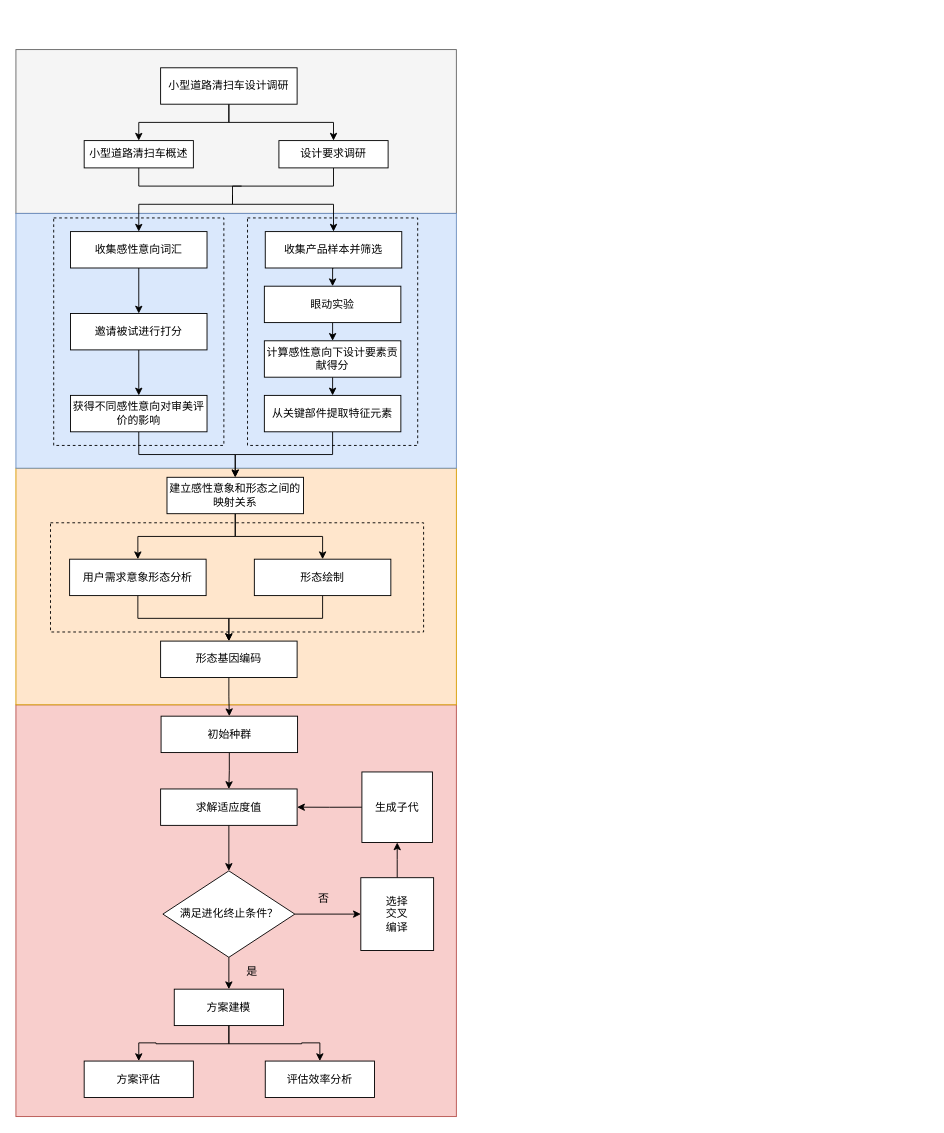
Before: 毕业设计.drawio in df3dysn/Yang-, a draw.io diagram. Source tidied: cells renumbered, new cells numbered last; positions are measured from the earlier drawing's top-left corner, leaving out a move shared by most shapes. Both pictures are drawn from the tidied source at 91%, with x=0, y=0 at pixel (15, 49).
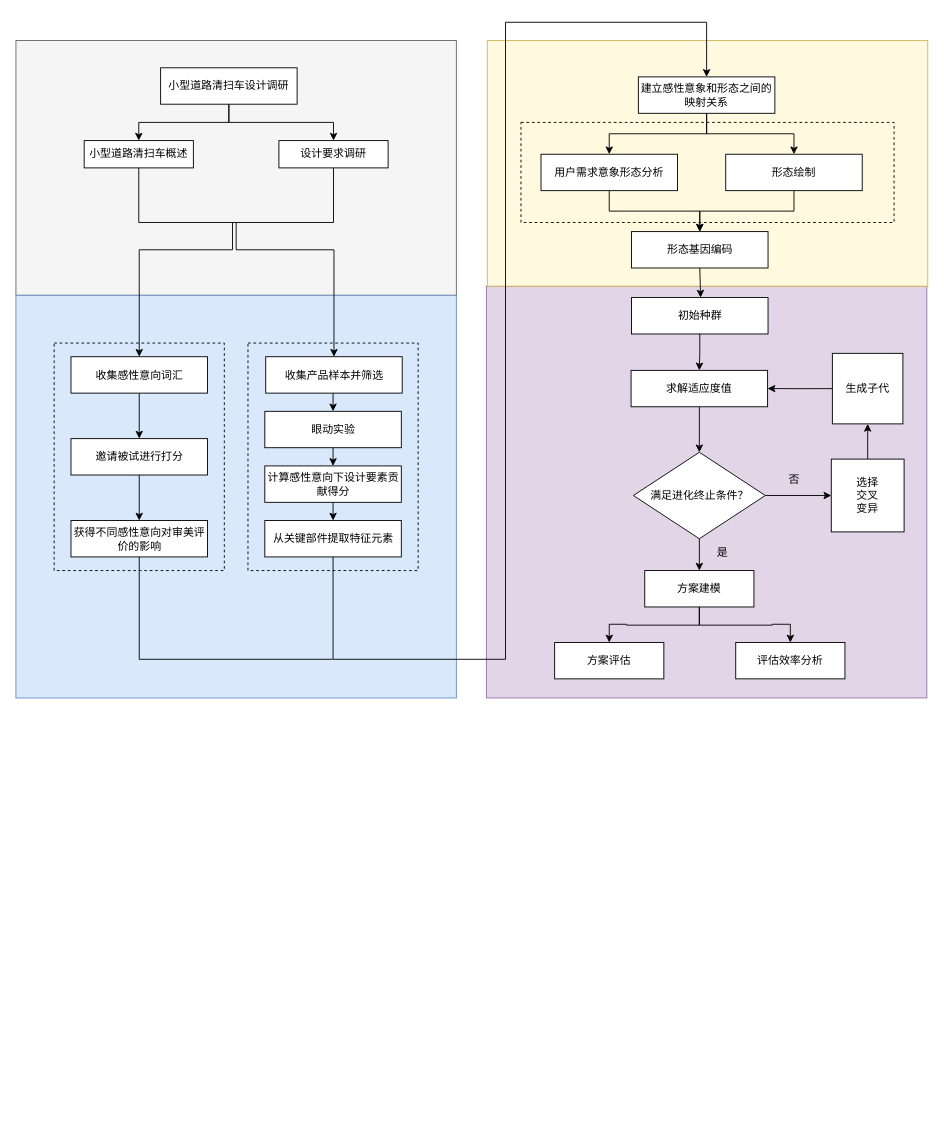
After the change.

Unchanged cells that the change refers to:
```xml
<mxCell id="43" value="小型道路清扫车概述" style="rounded=0;whiteSpace=wrap;html=1;" parent="1" vertex="1">
  <mxGeometry x="75" y="100" width="120" height="30" as="geometry" />
</mxCell>
<mxCell id="45" value="设计要求调研" style="rounded=0;whiteSpace=wrap;html=1;" parent="1" vertex="1">
  <mxGeometry x="289" y="100" width="120" height="30" as="geometry" />
</mxCell>
```

Change to the diagram source:
```diff
@@
     <mxCell id="2" style="rounded=0;whiteSpace=wrap;html=1;fillColor=#f5f5f5;strokeColor=#666666;fontColor=#333333;" parent="1" vertex="1">
-      <mxGeometry width="484" height="180" as="geometry" />
+      <mxGeometry y="-10" width="484" height="280" as="geometry" />
     </mxCell>
-    <mxCell id="3" style="rounded=0;whiteSpace=wrap;html=1;fillColor=#f8cecc;strokeColor=#b85450;" parent="1" vertex="1">
-      <mxGeometry y="720" width="484" height="452.5" as="geometry" />
+    <mxCell id="3" style="rounded=0;whiteSpace=wrap;html=1;fillColor=#e1d5e7;strokeColor=#9673a6;" parent="1" vertex="1">
+      <mxGeometry x="517" y="260" width="484" height="452.5" as="geometry" />
     </mxCell>
-    <mxCell id="4" style="rounded=0;whiteSpace=wrap;html=1;fillColor=#ffe6cc;strokeColor=#d79b00;" parent="1" vertex="1">
-      <mxGeometry y="460" width="484" height="260" as="geometry" />
+    <mxCell id="4" style="rounded=0;whiteSpace=wrap;html=1;fillColor=#FFF9E0;strokeColor=#d6b656;" parent="1" vertex="1">
+      <mxGeometry x="518" y="-10" width="484" height="270" as="geometry" />
     </mxCell>
     <mxCell id="5" style="rounded=0;whiteSpace=wrap;html=1;fillColor=#dae8fc;strokeColor=#6c8ebf;" parent="1" vertex="1">
-      <mxGeometry y="180" width="484" height="280" as="geometry" />
+      <mxGeometry y="270" width="484" height="442.5" as="geometry" />
     </mxCell>
@@
     <mxCell id="7" style="edgeStyle=orthogonalEdgeStyle;rounded=0;jettySize=auto;html=1;exitX=0.5;exitY=0;exitDx=0;exitDy=0;endArrow=none;endFill=0;startArrow=classic;startFill=1;" parent="1" edge="1" source="8">
       <mxGeometry relative="1" as="geometry">
-        <mxPoint x="238" y="160" as="targetPoint" />
+        <mxPoint x="238" y="190" as="targetPoint" />
         <Array as="points">
-          <mxPoint x="135" y="170" />
-          <mxPoint x="238" y="170" />
+          <mxPoint x="135" y="220" />
+          <mxPoint x="238" y="220" />
         </Array>
       </mxGeometry>
     </mxCell>
     <mxCell id="8" value="收集感性意向词汇" style="rounded=0;whiteSpace=wrap;html=1;" parent="1" vertex="1">
-      <mxGeometry x="60" y="200" width="150" height="40" as="geometry" />
+      <mxGeometry x="60.5" y="337.5" width="150" height="40" as="geometry" />
     </mxCell>
     <mxCell id="9" style="edgeStyle=orthogonalEdgeStyle;rounded=0;jettySize=auto;html=1;exitX=0.5;exitY=0;exitDx=0;exitDy=0;endArrow=none;endFill=0;startArrow=classic;startFill=1;" parent="1" edge="1" source="11">
       <mxGeometry relative="1" as="geometry">
-        <mxPoint x="248" y="150" as="targetPoint" />
+        <mxPoint x="242" y="190" as="targetPoint" />
         <Array as="points">
-          <mxPoint x="349" y="170" />
-          <mxPoint x="238" y="170" />
-          <mxPoint x="238" y="150" />
+          <mxPoint x="349" y="220" />
+          <mxPoint x="242" y="220" />
         </Array>
       </mxGeometry>
     </mxCell>
@@
     <mxCell id="11" value="收集产品样本并筛选" style="rounded=0;whiteSpace=wrap;html=1;" parent="1" vertex="1">
-      <mxGeometry x="274" y="200" width="150" height="40" as="geometry" />
+      <mxGeometry x="274.5" y="337.5" width="150" height="40" as="geometry" />
     </mxCell>
@@
     <mxCell id="13" value="邀请被试进行打分" style="rounded=0;whiteSpace=wrap;html=1;" parent="1" vertex="1">
-      <mxGeometry x="60" y="290" width="150" height="40" as="geometry" />
+      <mxGeometry x="60.5" y="427.5" width="150" height="40" as="geometry" />
     </mxCell>
-    <mxCell id="14" style="edgeStyle=orthogonalEdgeStyle;rounded=0;jettySize=auto;html=1;entryX=0.5;entryY=0;entryDx=0;entryDy=0;" parent="1" edge="1" source="15" target="48">
-      <mxGeometry relative="1" as="geometry" />
-    </mxCell>
+    <mxCell id="58" style="edgeStyle=orthogonalEdgeStyle;rounded=0;jettySize=auto;html=1;endArrow=none;endFill=0;" parent="1" edge="1" source="15">
+      <mxGeometry relative="1" as="geometry">
+        <mxPoint x="348" y="670" as="targetPoint" />
+        <Array as="points">
+          <mxPoint x="136" y="670" />
+        </Array>
+      </mxGeometry>
+    </mxCell>
     <mxCell id="15" value="获得不同感性意向对审美评价的影响" style="rounded=0;whiteSpace=wrap;html=1;" parent="1" vertex="1">
-      <mxGeometry x="60" y="380" width="150" height="40" as="geometry" />
+      <mxGeometry x="60.5" y="517.5" width="150" height="40" as="geometry" />
     </mxCell>
@@
     <mxCell id="17" value="眼动实验" style="rounded=0;whiteSpace=wrap;html=1;" parent="1" vertex="1">
-      <mxGeometry x="273" y="260" width="150" height="40" as="geometry" />
+      <mxGeometry x="273.5" y="397.5" width="150" height="40" as="geometry" />
     </mxCell>
@@
     <mxCell id="19" value="初始种群" style="rounded=0;whiteSpace=wrap;html=1;" parent="1" vertex="1">
-      <mxGeometry x="159.5" y="732.5" width="150" height="40" as="geometry" />
+      <mxGeometry x="676.5" y="272.5" width="150" height="40" as="geometry" />
     </mxCell>
@@
     <mxCell id="21" value="计算感性意向下设计要素贡献得分" style="rounded=0;whiteSpace=wrap;html=1;" parent="1" vertex="1">
-      <mxGeometry x="273" y="320" width="150" height="40" as="geometry" />
+      <mxGeometry x="273.5" y="457.5" width="150" height="40" as="geometry" />
     </mxCell>
@@
     <mxCell id="23" value="求解适应度值" style="rounded=0;whiteSpace=wrap;html=1;" parent="1" vertex="1">
-      <mxGeometry x="159" y="812.5" width="150" height="40" as="geometry" />
+      <mxGeometry x="676" y="352.5" width="150" height="40" as="geometry" />
     </mxCell>
     <mxCell id="24" style="edgeStyle=orthogonalEdgeStyle;rounded=0;jettySize=auto;html=1;exitX=0.5;exitY=1;exitDx=0;exitDy=0;entryX=0.5;entryY=0;entryDx=0;entryDy=0;" parent="1" edge="1" source="25" target="48">
-      <mxGeometry relative="1" as="geometry" />
+      <mxGeometry relative="1" as="geometry">
+        <Array as="points">
+          <mxPoint x="349" y="670" />
+          <mxPoint x="538" y="670" />
+          <mxPoint x="538" y="-30" />
+          <mxPoint x="759" y="-30" />
+        </Array>
+      </mxGeometry>
     </mxCell>
     <mxCell id="25" value="从关键部件提取特征元素" style="rounded=0;whiteSpace=wrap;html=1;" parent="1" vertex="1">
-      <mxGeometry x="273" y="380" width="150" height="40" as="geometry" />
+      <mxGeometry x="273.5" y="517.5" width="150" height="40" as="geometry" />
     </mxCell>
     <mxCell id="26" style="edgeStyle=orthogonalEdgeStyle;rounded=0;jettySize=auto;html=1;exitX=0.5;exitY=1;exitDx=0;exitDy=0;" parent="1" edge="1" source="28">
       <mxGeometry relative="1" as="geometry">
-        <mxPoint x="234" y="1032.5" as="targetPoint" />
+        <mxPoint x="751" y="572.5" as="targetPoint" />
       </mxGeometry>
     </mxCell>
@@
     <mxCell id="28" value="满足进化终止条件？" style="rhombus;whiteSpace=wrap;html=1;rounded=0;spacingTop=0;spacingBottom=0;spacingRight=10;spacingLeft=10;" parent="1" vertex="1">
-      <mxGeometry x="161.5" y="902.5" width="145" height="95" as="geometry" />
+      <mxGeometry x="678.5" y="442.5" width="145" height="95" as="geometry" />
     </mxCell>
@@
     <mxCell id="31" value="&lt;div&gt;方案建模&lt;/div&gt;" style="whiteSpace=wrap;html=1;rounded=0;spacingTop=0;spacingLeft=10;spacingBottom=0;spacingRight=10;" parent="1" vertex="1">
-      <mxGeometry x="174" y="1032.5" width="120" height="40" as="geometry" />
+      <mxGeometry x="691" y="572.5" width="120" height="40" as="geometry" />
     </mxCell>
@@
-    <mxCell id="33" value="&lt;div&gt;选择&lt;/div&gt;&lt;div&gt;交叉&lt;/div&gt;&lt;div&gt;编译&lt;br&gt;&lt;/div&gt;" style="whiteSpace=wrap;html=1;" parent="1" vertex="1">
-      <mxGeometry x="379" y="910" width="80" height="80" as="geometry" />
+    <mxCell id="33" value="&lt;div&gt;选择&lt;/div&gt;&lt;div&gt;交叉&lt;/div&gt;&lt;div&gt;变异&lt;br&gt;&lt;/div&gt;" style="whiteSpace=wrap;html=1;" parent="1" vertex="1">
+      <mxGeometry x="896" y="450" width="80" height="80" as="geometry" />
     </mxCell>
@@
     <mxCell id="35" value="生成子代" style="whiteSpace=wrap;html=1;" parent="1" vertex="1">
-      <mxGeometry x="380.2" y="793.8" width="77.5" height="77.5" as="geometry" />
+      <mxGeometry x="897.2" y="333.8" width="77.5" height="77.5" as="geometry" />
     </mxCell>
     <mxCell id="36" value="否" style="text;html=1;align=center;verticalAlign=middle;strokeColor=none;fillColor=none;" parent="1" vertex="1">
-      <mxGeometry x="323" y="922.5" width="30" height="20" as="geometry" />
+      <mxGeometry x="840" y="462.5" width="30" height="20" as="geometry" />
     </mxCell>
     <mxCell id="37" value="是" style="text;html=1;align=center;verticalAlign=middle;strokeColor=none;fillColor=none;" parent="1" vertex="1">
-      <mxGeometry x="244" y="1002.5" width="30" height="20" as="geometry" />
+      <mxGeometry x="761" y="542.5" width="30" height="20" as="geometry" />
     </mxCell>
     <mxCell id="38" value="&lt;div&gt;方案评估&lt;/div&gt;" style="whiteSpace=wrap;html=1;rounded=0;spacingTop=0;spacingLeft=10;spacingBottom=0;spacingRight=10;" parent="1" vertex="1">
-      <mxGeometry x="75" y="1111.5" width="120" height="40" as="geometry" />
+      <mxGeometry x="592" y="651.5" width="120" height="40" as="geometry" />
     </mxCell>
@@
     <mxCell id="42" value="评估效率分析" style="whiteSpace=wrap;html=1;rounded=0;spacingTop=0;spacingLeft=10;spacingBottom=0;spacingRight=10;" parent="1" vertex="1">
-      <mxGeometry x="274" y="1111.5" width="120" height="40" as="geometry" />
+      <mxGeometry x="791" y="651.5" width="120" height="40" as="geometry" />
     </mxCell>
@@
     <mxCell id="44" style="edgeStyle=orthogonalEdgeStyle;rounded=0;jettySize=auto;html=1;endArrow=none;endFill=0;" parent="1" edge="1" source="45" target="43">
       <mxGeometry relative="1" as="geometry">
         <Array as="points">
-          <mxPoint x="349" y="150" />
-          <mxPoint x="135" y="150" />
+          <mxPoint x="349" y="190" />
+          <mxPoint x="135" y="190" />
         </Array>
       </mxGeometry>
     </mxCell>
@@
     <mxCell id="48" value="建立感性意象和形态之间的映射关系" style="rounded=0;whiteSpace=wrap;html=1;" parent="1" vertex="1">
-      <mxGeometry x="166" y="470" width="150" height="40" as="geometry" />
+      <mxGeometry x="684" y="30" width="150" height="40" as="geometry" />
     </mxCell>
     <mxCell id="49" style="rounded=0;whiteSpace=wrap;html=1;fillColor=none;dashed=1;" parent="1" vertex="1">
-      <mxGeometry x="41.5" y="185" width="187" height="250" as="geometry" />
+      <mxGeometry x="42" y="322.5" width="187" height="250" as="geometry" />
     </mxCell>
     <mxCell id="50" style="rounded=0;whiteSpace=wrap;html=1;fillColor=none;dashed=1;" parent="1" vertex="1">
-      <mxGeometry x="254.5" y="185" width="187" height="250" as="geometry" />
+      <mxGeometry x="255" y="322.5" width="187" height="250" as="geometry" />
     </mxCell>
-    <mxCell id="51" style="edgeStyle=orthogonalEdgeStyle;rounded=0;jettySize=auto;html=1;exitX=0.5;exitY=1;exitDx=0;exitDy=0;" parent="1" edge="1" source="52" target="19">
-      <mxGeometry relative="1" as="geometry" />
+    <mxCell id="51" style="edgeStyle=orthogonalEdgeStyle;rounded=0;jettySize=auto;html=1;exitX=0.5;exitY=1;exitDx=0;exitDy=0;" parent="1" edge="1" source="52">
+      <mxGeometry relative="1" as="geometry">
+        <mxPoint x="752.4" y="272.5" as="targetPoint" />
+      </mxGeometry>
     </mxCell>
     <mxCell id="52" value="形态基因编码" style="rounded=0;whiteSpace=wrap;html=1;" parent="1" vertex="1">
-      <mxGeometry x="159" y="650" width="150" height="40" as="geometry" />
+      <mxGeometry x="676.5" y="200" width="150" height="40" as="geometry" />
     </mxCell>
@@
     <mxCell id="54" value="用户需求意象形态分析" style="rounded=0;whiteSpace=wrap;html=1;" parent="1" vertex="1">
-      <mxGeometry x="59" y="560" width="150" height="40" as="geometry" />
+      <mxGeometry x="577" y="115" width="150" height="40" as="geometry" />
     </mxCell>
@@
     <mxCell id="56" value="形态绘制" style="rounded=0;whiteSpace=wrap;html=1;" parent="1" vertex="1">
-      <mxGeometry x="262" y="560" width="150" height="40" as="geometry" />
+      <mxGeometry x="780" y="115" width="150" height="40" as="geometry" />
     </mxCell>
     <mxCell id="57" style="rounded=0;whiteSpace=wrap;html=1;fillColor=none;dashed=1;" parent="1" vertex="1">
-      <mxGeometry x="38" y="520" width="410" height="120" as="geometry" />
+      <mxGeometry x="555" y="80" width="410" height="110" as="geometry" />
     </mxCell>
```
